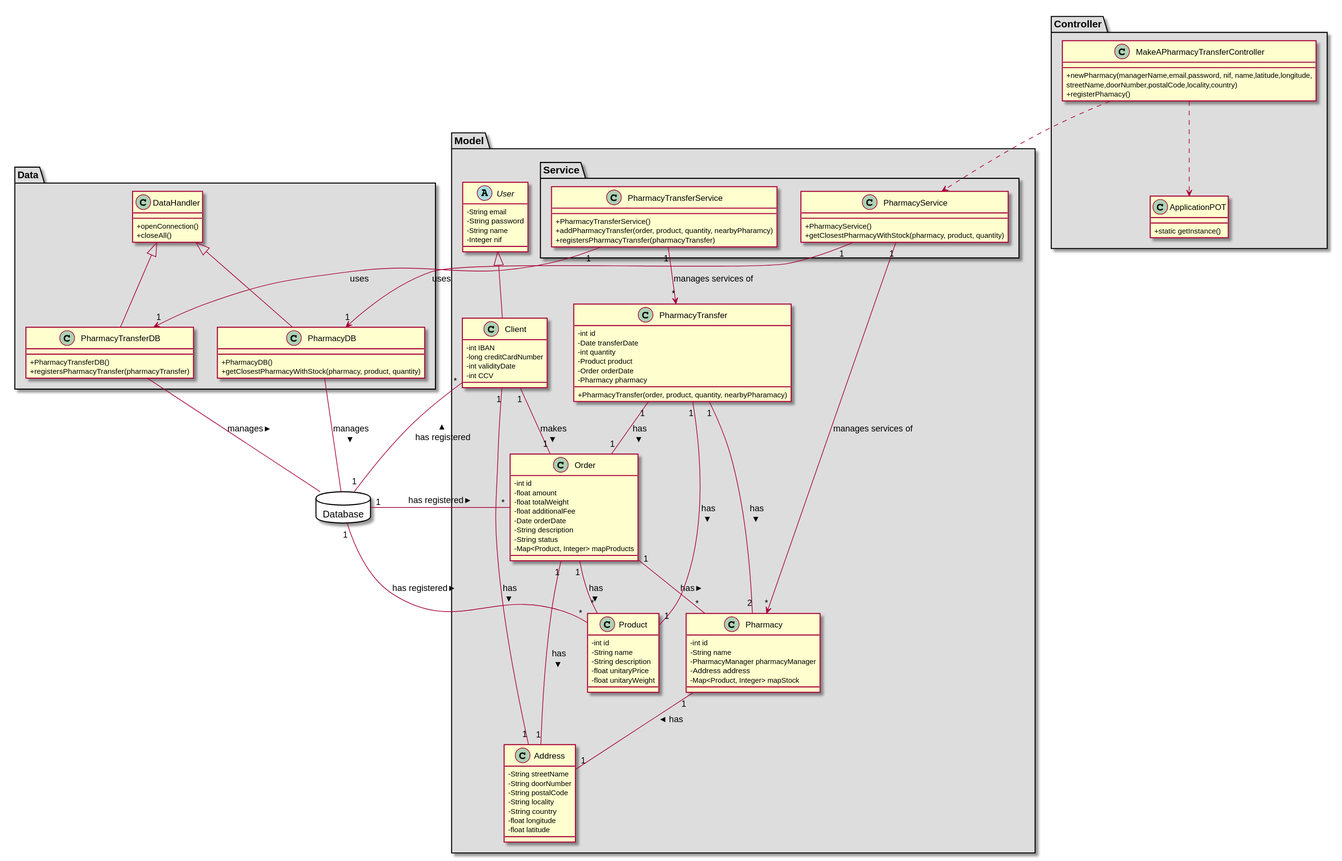
The PlantUML diagram docs/Iteration 2/Pharmacy Management/US202_IssueTransferNote/US202_CD.svg in tiagoavcosta25/LAPR3, before a commit.
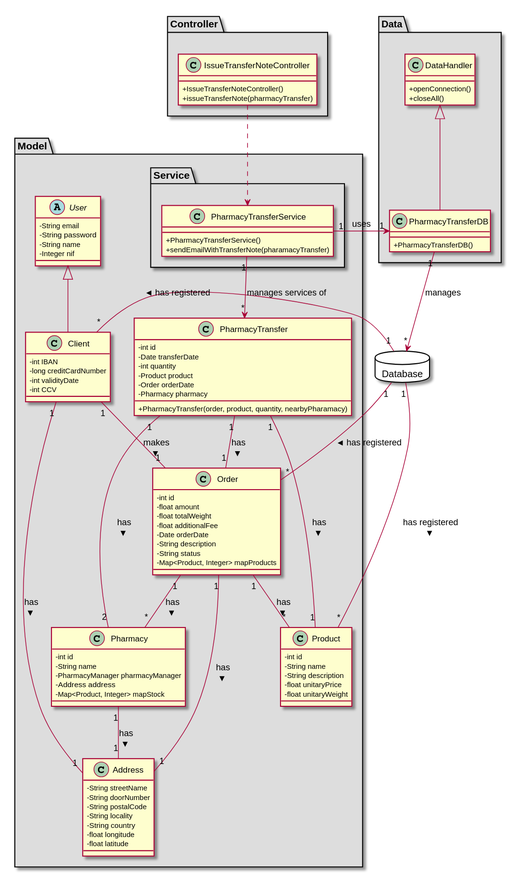
After the commit.

What changed in the source:
```diff
@@ -2,29 +2,18 @@
 skinparam classAttributeIconSize 0
 
 package "Controller" #DDDDDD {
-class MakeAPharmacyTransferController{
-+newPharmacy(managerName,email,password, nif, name,latitude,longitude,\nstreetName,doorNumber,postalCode,locality,country)
-+registerPhamacy()
-}
-
-class ApplicationPOT
-{
-  +static getInstance()
+class IssueTransferNoteController{
++IssueTransferNoteController()
++issueTransferNote(pharmacyTransfer)
 }
 }
 
 package "Model" #DDDDDD {
 
 package "Service" #DDDDDD {
-   class PharmacyService{
-          +PharmacyService()
-          +getClosestPharmacyWithStock(pharmacy, product, quantity)
-      }
-
       class PharmacyTransferService{
                 +PharmacyTransferService()
-                +addPharmacyTransfer(order, product, quantity, nearbyPharamcy)
-                +registersPharmacyTransfer(pharmacyTransfer)
+                +sendEmailWithTransferNote(pharamacyTransfer)
             }
  }
 
@@ -98,33 +87,22 @@
     +closeAll()
 }
 
-class PharmacyDB{
-          +PharmacyDB()
-          +getClosestPharmacyWithStock(pharmacy, product, quantity)
-      }
-
-      class PharmacyTransferDB{
-                +PharmacyTransferDB()
-                +registersPharmacyTransfer(pharmacyTransfer)
-            }
+class PharmacyTransferDB{
+   +PharmacyTransferDB()
+}
 }
 
 database Database {
 }
 
-class PharmacyDB extends DataHandler
 class PharmacyTransferDB extends DataHandler
 class Client extends User
 
-MakeAPharmacyTransferController ..> ApplicationPOT
-MakeAPharmacyTransferController ..> PharmacyService
+IssueTransferNoteController ..> PharmacyTransferService
 Database "1" -- "*" Order : has registered >
 Database "1" -- "*" Product : has registered >
 Database "1" -- "*" Client : has registered >
-PharmacyDB -- Database : manages >
-PharmacyTransferDB -- Database : manages >
-PharmacyService "1" --> "*" Pharmacy : manages services of
-PharmacyService "1" --> "1" PharmacyDB : uses
+PharmacyTransferDB "1" --> "*" Database : manages
 PharmacyTransferService "1" --> "*" PharmacyTransfer : manages services of
 PharmacyTransferService "1" --> "1" PharmacyTransferDB : uses
 Pharmacy "1" -- "1" Address : has >
```
